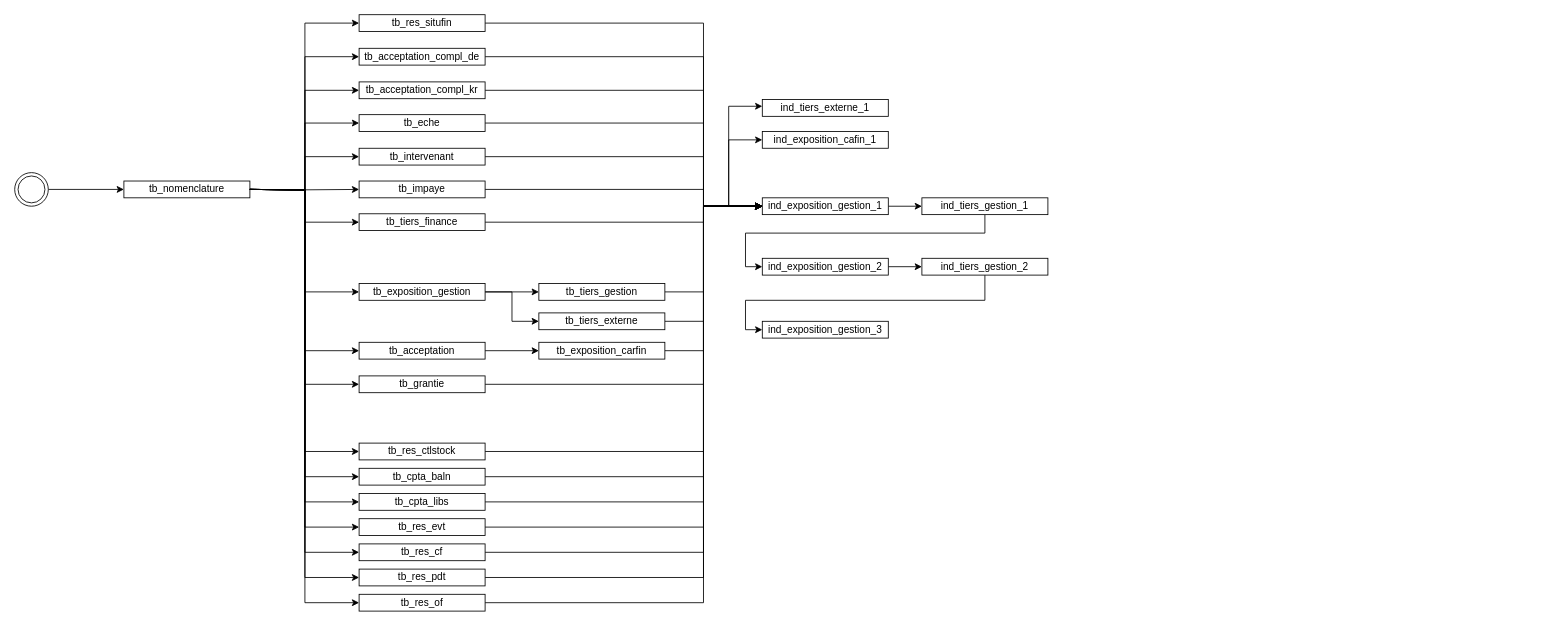
Before: page "loading_order" (1 of 22) of schema_laurent.drawio in wunyu/drawio, a draw.io diagram. Source tidied: cells renumbered, new cells numbered last; positions are measured from the earlier drawing's top-left corner, leaving out a move shared by most shapes. Both pictures are drawn from the tidied source at 84%, with x=0, y=0 at pixel (14, 14).
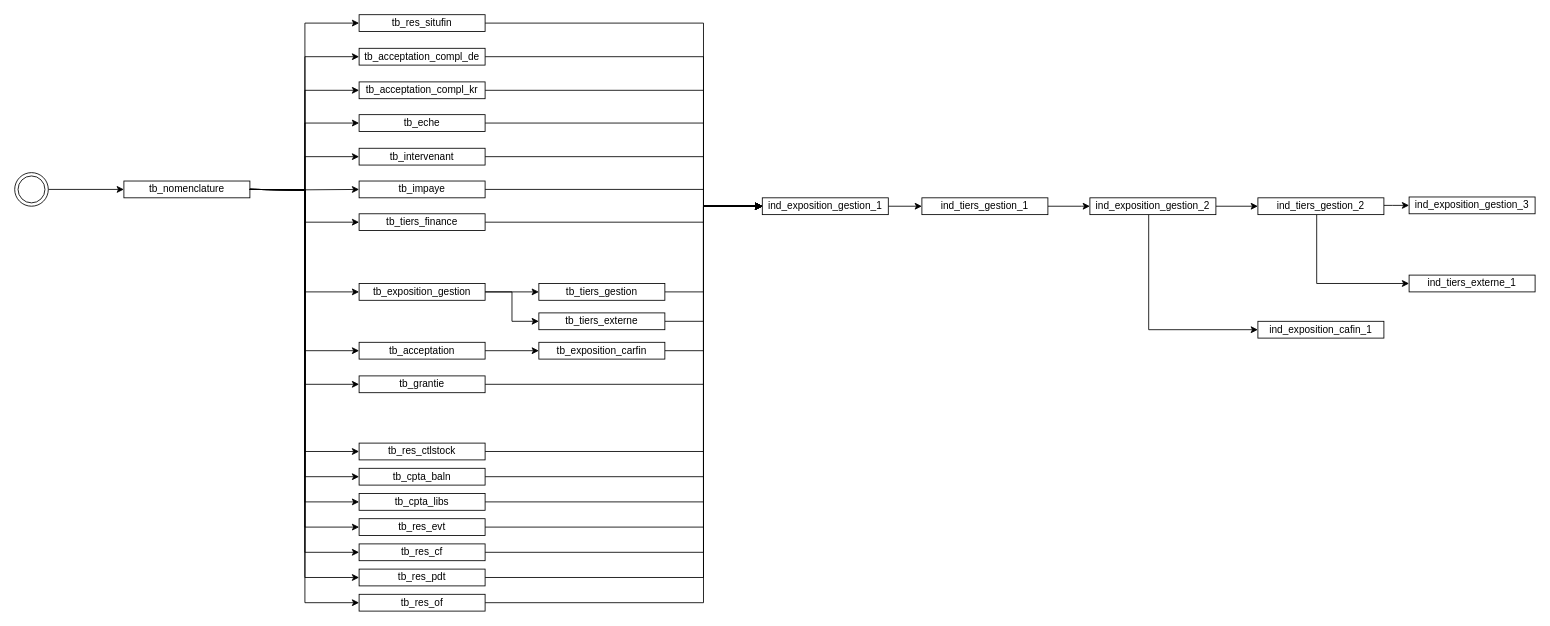
After the change.

Unchanged cells that the change refers to:
```xml
<mxCell id="64" value="ind_tiers_gestion_1" style="whiteSpace=wrap;html=1;" parent="1" vertex="1">
  <mxGeometry x="1080" y="218" width="150" height="20" as="geometry" />
</mxCell>
```

Diff of the diagram source:
```diff
@@
     <mxCell id="63" style="edgeStyle=orthogonalEdgeStyle;rounded=0;jettySize=auto;html=1;entryX=0;entryY=0.5;entryDx=0;entryDy=0;" parent="1" edge="1" source="64" target="68">
       <mxGeometry relative="1" as="geometry">
         <Array as="points">
-          <mxPoint x="1155" y="260" />
-          <mxPoint x="870" y="260" />
-          <mxPoint x="870" y="300" />
+          <mxPoint x="1270" y="228" />
+          <mxPoint x="1270" y="228" />
         </Array>
       </mxGeometry>
     </mxCell>
@@
+    <mxCell id="76" style="edgeStyle=orthogonalEdgeStyle;rounded=0;jettySize=auto;html=1;entryX=0;entryY=0.5;entryDx=0;entryDy=0;" parent="1" edge="1" source="68" target="72">
+      <mxGeometry relative="1" as="geometry">
+        <Array as="points">
+          <mxPoint x="1350" y="375" />
+        </Array>
+      </mxGeometry>
+    </mxCell>
     <mxCell id="68" value="ind_exposition_gestion_2" style="whiteSpace=wrap;html=1;" parent="1" vertex="1">
-      <mxGeometry x="890" y="290" width="150" height="20" as="geometry" />
+      <mxGeometry x="1280" y="218" width="150" height="20" as="geometry" />
     </mxCell>
     <mxCell id="69" style="edgeStyle=orthogonalEdgeStyle;rounded=0;jettySize=auto;html=1;entryX=0;entryY=0.5;entryDx=0;entryDy=0;" parent="1" edge="1" source="70" target="71">
       <mxGeometry relative="1" as="geometry">
         <Array as="points">
-          <mxPoint x="1155" y="340" />
-          <mxPoint x="870" y="340" />
-          <mxPoint x="870" y="375" />
+          <mxPoint x="1640" y="227" />
+          <mxPoint x="1640" y="227" />
         </Array>
       </mxGeometry>
     </mxCell>
+    <mxCell id="77" style="edgeStyle=orthogonalEdgeStyle;rounded=0;jettySize=auto;html=1;entryX=0;entryY=0.5;entryDx=0;entryDy=0;" parent="1" edge="1" source="70" target="74">
+      <mxGeometry relative="1" as="geometry">
+        <Array as="points">
+          <mxPoint x="1550" y="320" />
+        </Array>
+      </mxGeometry>
+    </mxCell>
     <mxCell id="70" value="ind_tiers_gestion_2" style="whiteSpace=wrap;html=1;" parent="1" vertex="1">
-      <mxGeometry x="1080" y="290" width="150" height="20" as="geometry" />
+      <mxGeometry x="1480" y="218" width="150" height="20" as="geometry" />
     </mxCell>
     <mxCell id="71" value="ind_exposition_gestion_3" style="whiteSpace=wrap;html=1;" parent="1" vertex="1">
-      <mxGeometry x="890" y="365" width="150" height="20" as="geometry" />
+      <mxGeometry x="1660" y="217" width="150" height="20" as="geometry" />
     </mxCell>
     <mxCell id="72" value="ind_exposition_cafin_1" style="whiteSpace=wrap;html=1;" parent="1" vertex="1">
-      <mxGeometry x="890" y="139" width="150" height="20" as="geometry" />
+      <mxGeometry x="1480" y="365" width="150" height="20" as="geometry" />
     </mxCell>
-    <mxCell id="73" style="edgeStyle=orthogonalEdgeStyle;rounded=0;jettySize=auto;html=1;entryX=0;entryY=0.5;entryDx=0;entryDy=0;" parent="1" edge="1" target="72">
-      <mxGeometry relative="1" as="geometry">
-        <mxPoint x="820" y="228" as="sourcePoint" />
-        <Array as="points">
-          <mxPoint x="850" y="228" />
-          <mxPoint x="850" y="149" />
-        </Array>
-      </mxGeometry>
-    </mxCell>
     <mxCell id="74" value="ind_tiers_externe_1" style="whiteSpace=wrap;html=1;" parent="1" vertex="1">
-      <mxGeometry x="890" y="101" width="150" height="20" as="geometry" />
+      <mxGeometry x="1660" y="310" width="150" height="20" as="geometry" />
     </mxCell>
-    <mxCell id="75" style="edgeStyle=orthogonalEdgeStyle;rounded=0;orthogonalLoop=1;jettySize=auto;html=1;entryX=0;entryY=0.5;entryDx=0;entryDy=0;" parent="1" edge="1">
-      <mxGeometry relative="1" as="geometry">
-        <mxPoint x="820" y="228" as="sourcePoint" />
-        <mxPoint x="890" y="109" as="targetPoint" />
-        <Array as="points">
-          <mxPoint x="850" y="228" />
-          <mxPoint x="850" y="109" />
-        </Array>
-      </mxGeometry>
-    </mxCell>
```
